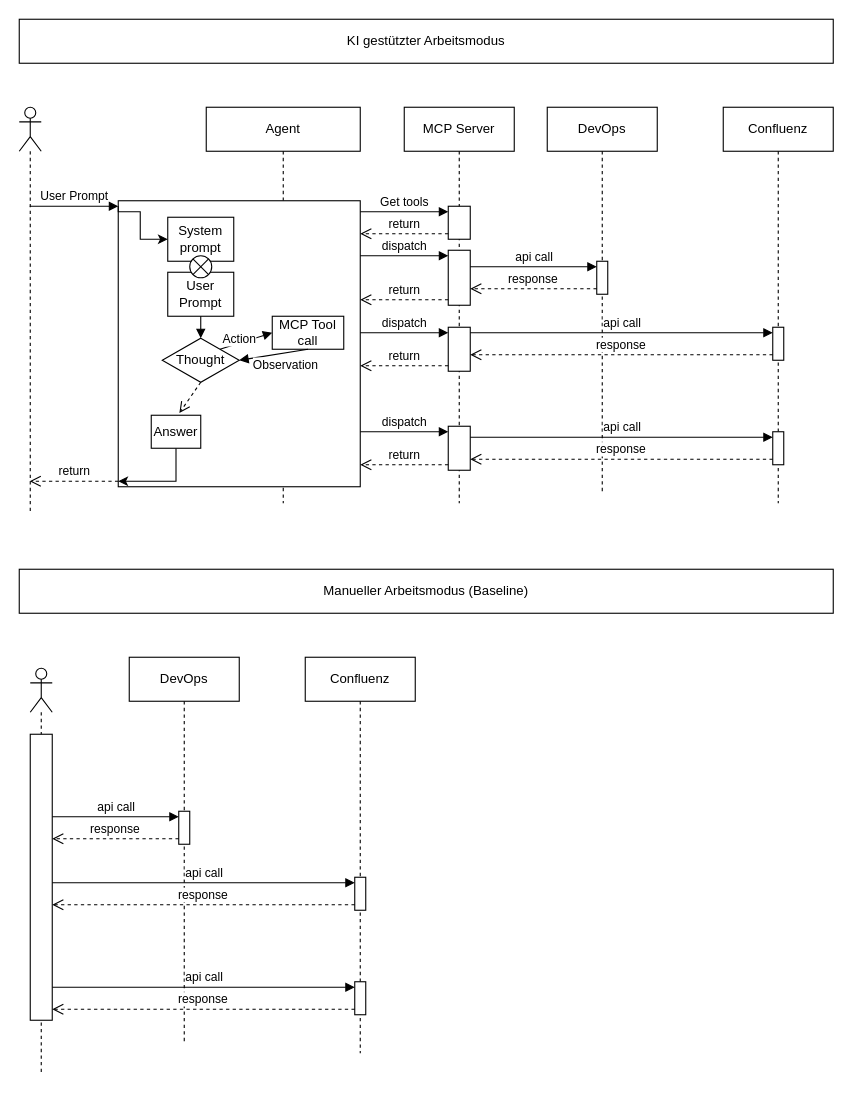
Earlier version of the draw.io diagram docs/diagrams/agent-vs-manuell_1.drawio (ahmado1310/mcp-connector). Source tidied: cells renumbered, new cells numbered last; positions are measured from the earlier drawing's top-left corner, leaving out a move shared by most shapes. Both pictures are drawn from the tidied source at 110%, with x=0, y=0 at pixel (19, 19).
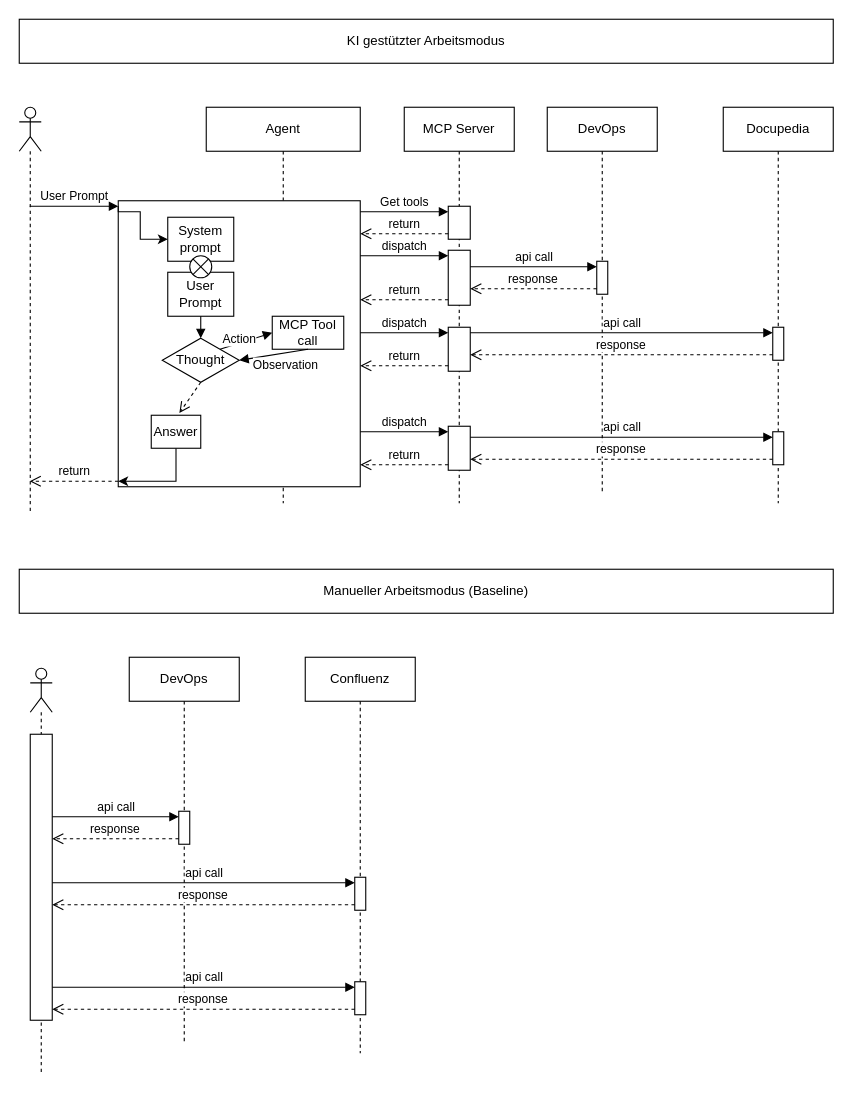
After the change.

The edit, as a diff of the source:
```diff
@@
-    <mxCell id="12" value="Confluenz" style="shape=umlLifeline;perimeter=lifelinePerimeter;whiteSpace=wrap;html=1;newEdgeStyle={&quot;curved&quot;:0,&quot;rounded&quot;:0};" parent="1" vertex="1">
+    <mxCell id="12" value="Docupedia" style="shape=umlLifeline;perimeter=lifelinePerimeter;whiteSpace=wrap;html=1;newEdgeStyle={&quot;curved&quot;:0,&quot;rounded&quot;:0};" parent="1" vertex="1">
       <mxGeometry x="640" y="80" width="100" height="360" as="geometry" />
     </mxCell>
```
